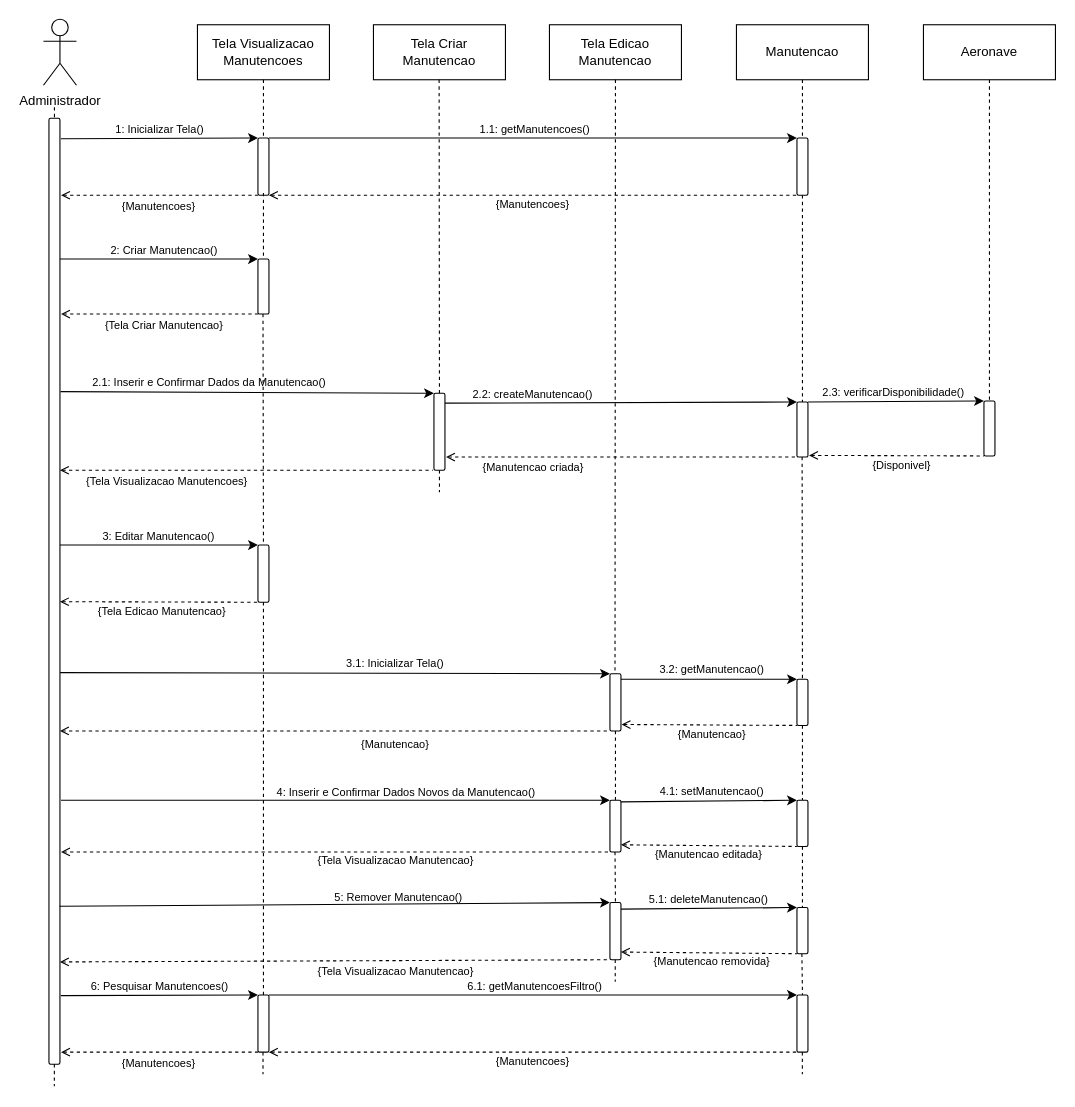
Earlier version of the draw.io diagram Diagramas/Eng_de_Software/Modelos/Sequencia/Manter_Manutencoes.drawio (GabrielGMori/trabalho-conclus-o-ano). Source tidied: cells renumbered, new cells numbered last; positions are measured from the earlier drawing's top-left corner, leaving out a move shared by most shapes. Both pictures are drawn from the tidied source at 110%, with x=0, y=0 at pixel (43, 19).
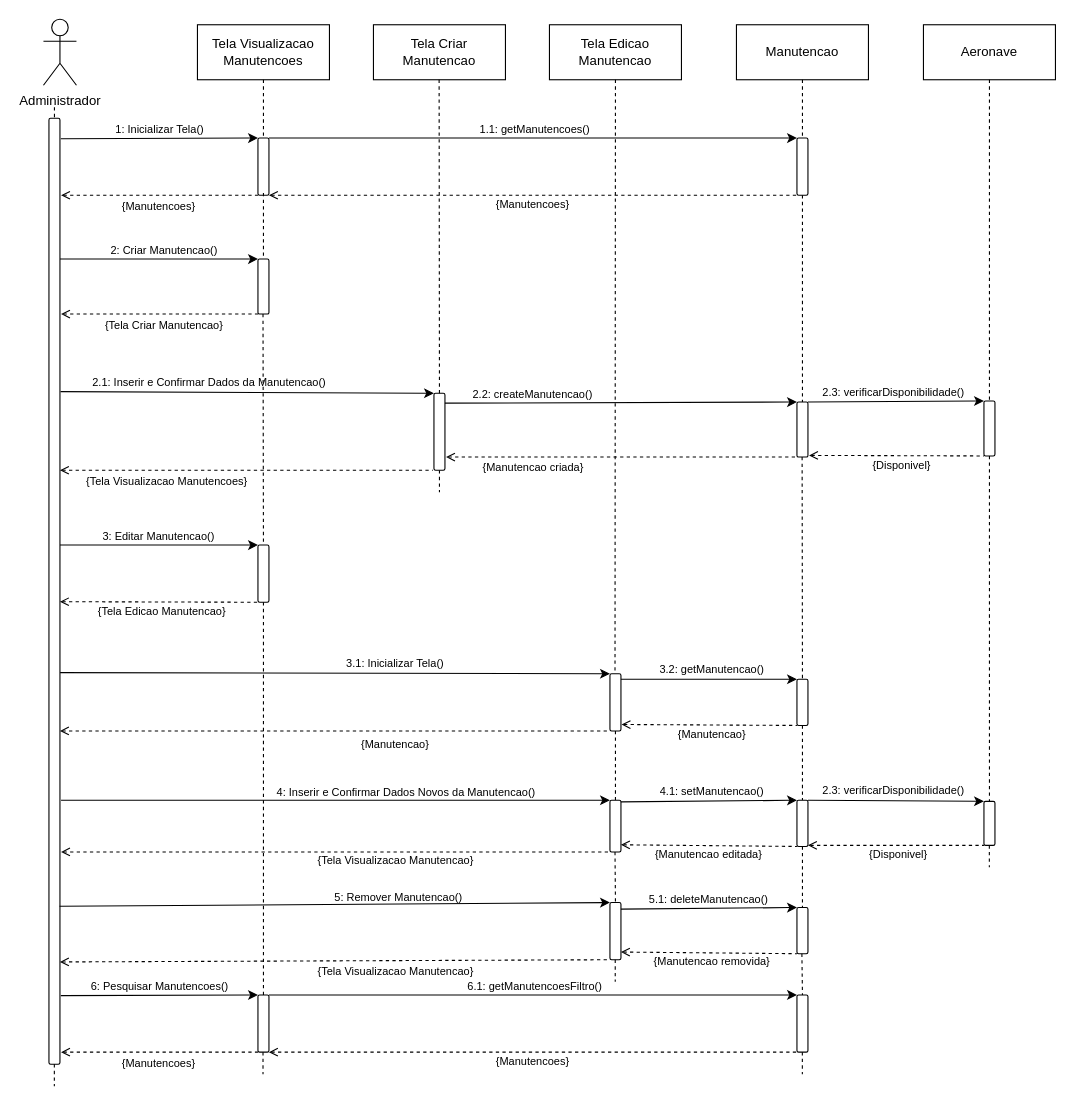
After the change.

Unchanged cells that the change refers to:
```xml
<mxCell id="57" style="rounded=1;whiteSpace=wrap;html=1;" parent="1" vertex="1">
  <mxGeometry x="685" y="710" width="10" height="42" as="geometry" />
</mxCell>
<mxCell id="100" style="rounded=1;whiteSpace=wrap;html=1;" parent="1" vertex="1">
  <mxGeometry x="855" y="347" width="10" height="50" as="geometry" />
</mxCell>
```

Change to the diagram source:
```diff
@@
+    <mxCell id="106" style="rounded=1;whiteSpace=wrap;html=1;" parent="1" vertex="1">
+      <mxGeometry x="855" y="711" width="10" height="40" as="geometry" />
+    </mxCell>
+    <mxCell id="107" style="endArrow=none;html=1;rounded=0;entryX=0;entryY=1;entryDx=0;entryDy=0;dashed=1;endFill=0;startArrow=open;startFill=0;exitX=1.054;exitY=0.887;exitDx=0;exitDy=0;exitPerimeter=0;" parent="1" edge="1" target="106">
+      <mxGeometry relative="1" as="geometry">
+        <mxPoint x="695" y="751" as="sourcePoint" />
+      </mxGeometry>
+    </mxCell>
+    <mxCell id="108" style="endArrow=classic;html=1;rounded=0;exitX=1;exitY=0;exitDx=0;exitDy=0;entryX=0;entryY=0;entryDx=0;entryDy=0;" parent="1" edge="1" source="57" target="106">
+      <mxGeometry relative="1" as="geometry" />
+    </mxCell>
+    <mxCell id="109" style="endArrow=none;dashed=1;html=1;rounded=0;exitX=0.5;exitY=1;exitDx=0;exitDy=0;entryX=0.5;entryY=0;entryDx=0;entryDy=0;" parent="1" edge="1" source="100" target="106">
+      <mxGeometry relative="1" as="geometry" />
+    </mxCell>
+    <mxCell id="110" style="endArrow=none;dashed=1;html=1;rounded=0;exitX=0.5;exitY=1;exitDx=0;exitDy=0;" parent="1" edge="1">
+      <mxGeometry relative="1" as="geometry">
+        <mxPoint x="859.9" y="751" as="sourcePoint" />
+        <mxPoint x="859.9" y="771" as="targetPoint" />
+      </mxGeometry>
+    </mxCell>
+    <mxCell id="111" value="2.3: verificarDisponibilidade()" style="text;html=1;align=center;verticalAlign=middle;whiteSpace=wrap;rounded=0;fontSize=10;" parent="1" vertex="1">
+      <mxGeometry x="673" y="691" width="200" height="20" as="geometry" />
+    </mxCell>
+    <mxCell id="112" value="{Disponivel}" style="text;html=1;align=center;verticalAlign=middle;whiteSpace=wrap;rounded=0;fontSize=10;" parent="1" vertex="1">
+      <mxGeometry x="700" y="749" width="155" height="20" as="geometry" />
+    </mxCell>
```
